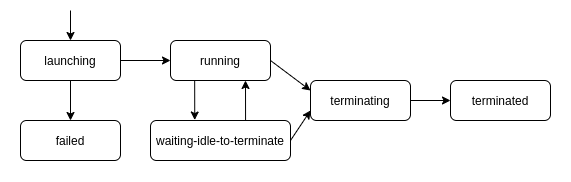
The draw.io diagram custom_theme/img/docs/openvidu-pro/instance-status.png in OpenVidu/openvidu.io-docs, before a commit. Source tidied: cells renumbered, new cells last; positions are measured from the earlier drawing's top-left corner, leaving out a move shared by most shapes.
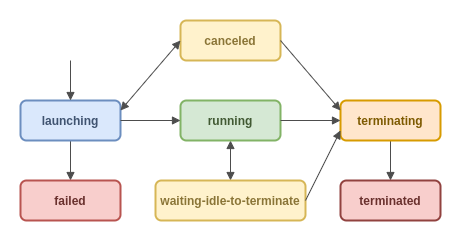
Above is the later version.

Commit message:
New Media Node statuses image

Change to the diagram source:
```diff
@@ -3,51 +3,57 @@
     <mxCell id="0" />
     <mxCell id="1" parent="0" />
     <mxCell id="2" style="rounded=0;whiteSpace=wrap;html=1;fillColor=none;strokeColor=none;" parent="1" vertex="1">
-      <mxGeometry width="570" height="180" as="geometry" />
+      <mxGeometry x="40" y="40" width="460" height="240" as="geometry" />
     </mxCell>
-    <mxCell id="3" style="edgeStyle=orthogonalEdgeStyle;rounded=0;jettySize=auto;html=1;exitX=0.5;exitY=1;exitDx=0;exitDy=0;entryX=0.5;entryY=0;entryDx=0;entryDy=0;" parent="1" edge="1" source="5" target="6">
+    <mxCell id="3" style="edgeStyle=orthogonalEdgeStyle;rounded=0;jettySize=auto;html=1;exitX=0.5;exitY=1;exitDx=0;exitDy=0;entryX=0.5;entryY=0;entryDx=0;entryDy=0;endArrow=block;endFill=1;strokeColor=#4d4d4d;strokeWidth=1;" parent="1" edge="1" source="5" target="6">
       <mxGeometry relative="1" as="geometry" />
     </mxCell>
-    <mxCell id="4" style="edgeStyle=orthogonalEdgeStyle;rounded=0;jettySize=auto;html=1;exitX=1;exitY=0.5;exitDx=0;exitDy=0;entryX=0;entryY=0.5;entryDx=0;entryDy=0;" parent="1" edge="1" source="5" target="10">
-      <mxGeometry relative="1" as="geometry" />
-    </mxCell>
-    <mxCell id="5" value="launching" style="rounded=1;whiteSpace=wrap;html=1;fontSize=12;glass=0;strokeWidth=1;shadow=0;" parent="1" vertex="1">
-      <mxGeometry x="20" y="40" width="100" height="40" as="geometry" />
+    <mxCell id="5" value="&lt;font color=&quot;#3f5370&quot;&gt;launching&lt;/font&gt;" style="rounded=1;whiteSpace=wrap;html=1;fontSize=12;glass=0;strokeWidth=2;shadow=0;fillColor=#dae8fc;strokeColor=#6c8ebf;fontStyle=1;" parent="1" vertex="1">
+      <mxGeometry x="60" y="140" width="100" height="40" as="geometry" />
     </mxCell>
-    <mxCell id="6" value="failed" style="rounded=1;whiteSpace=wrap;html=1;fontSize=12;glass=0;strokeWidth=1;shadow=0;" parent="1" vertex="1">
-      <mxGeometry x="20" y="120" width="100" height="40" as="geometry" />
+    <mxCell id="6" value="&lt;span&gt;&lt;font color=&quot;#69302d&quot;&gt;failed&lt;/font&gt;&lt;/span&gt;" style="rounded=1;whiteSpace=wrap;html=1;fontSize=12;glass=0;strokeWidth=2;shadow=0;fillColor=#f8cecc;strokeColor=#b85450;fontStyle=1;" parent="1" vertex="1">
+      <mxGeometry x="60" y="220" width="100" height="40" as="geometry" />
     </mxCell>
-    <mxCell id="7" style="edgeStyle=orthogonalEdgeStyle;rounded=0;jettySize=auto;html=1;exitX=0.679;exitY=-0.004;exitDx=0;exitDy=0;entryX=0.75;entryY=1;entryDx=0;entryDy=0;exitPerimeter=0;" parent="1" edge="1" source="8" target="10">
+    <mxCell id="7" style="edgeStyle=orthogonalEdgeStyle;rounded=0;jettySize=auto;html=1;entryX=0.5;entryY=1;entryDx=0;entryDy=0;startArrow=block;startFill=1;exitX=0.5;exitY=0;exitDx=0;exitDy=0;endArrow=block;endFill=1;strokeColor=#4d4d4d;strokeWidth=1;" parent="1" edge="1" source="8" target="10">
       <mxGeometry relative="1" as="geometry" />
     </mxCell>
-    <mxCell id="8" value="waiting-idle-to-terminate" style="rounded=1;whiteSpace=wrap;html=1;fontSize=12;glass=0;strokeWidth=1;shadow=0;" parent="1" vertex="1">
-      <mxGeometry x="150" y="120" width="140" height="40" as="geometry" />
+    <mxCell id="8" value="&lt;font color=&quot;#8a7537&quot;&gt;waiting-idle-to-terminate&lt;/font&gt;" style="rounded=1;whiteSpace=wrap;html=1;fontSize=12;glass=0;strokeWidth=2;shadow=0;fillColor=#fff2cc;strokeColor=#d6b656;fontStyle=1;" parent="1" vertex="1">
+      <mxGeometry x="195" y="220" width="150" height="40" as="geometry" />
     </mxCell>
-    <mxCell id="9" style="edgeStyle=orthogonalEdgeStyle;rounded=0;jettySize=auto;html=1;exitX=0.25;exitY=1;exitDx=0;exitDy=0;entryX=0.316;entryY=-0.012;entryDx=0;entryDy=0;entryPerimeter=0;" parent="1" edge="1" source="10" target="8">
-      <mxGeometry relative="1" as="geometry" />
-    </mxCell>
-    <mxCell id="10" value="running" style="rounded=1;whiteSpace=wrap;html=1;fontSize=12;glass=0;strokeWidth=1;shadow=0;" parent="1" vertex="1">
-      <mxGeometry x="170" y="40" width="100" height="40" as="geometry" />
+    <mxCell id="10" value="&lt;font color=&quot;#415933&quot;&gt;running&lt;/font&gt;" style="rounded=1;whiteSpace=wrap;html=1;fontSize=12;glass=0;strokeWidth=2;shadow=0;fillColor=#d5e8d4;strokeColor=#82b366;fontStyle=1;" parent="1" vertex="1">
+      <mxGeometry x="220" y="140" width="100" height="40" as="geometry" />
     </mxCell>
-    <mxCell id="11" style="endArrow=classic;html=1;entryX=0.5;entryY=0;entryDx=0;entryDy=0;" parent="1" edge="1" target="5">
+    <mxCell id="11" style="endArrow=block;html=1;entryX=0.5;entryY=0;entryDx=0;entryDy=0;endFill=1;strokeColor=#4d4d4d;strokeWidth=1;" parent="1" edge="1" target="5">
       <mxGeometry relative="1" as="geometry">
-        <mxPoint x="70" y="10" as="sourcePoint" />
+        <mxPoint x="110" y="100" as="sourcePoint" />
       </mxGeometry>
     </mxCell>
-    <mxCell id="12" style="edgeStyle=orthogonalEdgeStyle;rounded=0;jettySize=auto;html=1;exitX=1;exitY=0.5;exitDx=0;exitDy=0;entryX=0;entryY=0.5;entryDx=0;entryDy=0;" parent="1" edge="1" source="13" target="16">
+    <mxCell id="12" style="edgeStyle=orthogonalEdgeStyle;rounded=0;jettySize=auto;html=1;exitX=0.5;exitY=1;exitDx=0;exitDy=0;entryX=0.5;entryY=0;entryDx=0;entryDy=0;endArrow=block;endFill=1;strokeColor=#4d4d4d;strokeWidth=1;" parent="1" edge="1" source="13" target="16">
       <mxGeometry relative="1" as="geometry" />
     </mxCell>
-    <mxCell id="13" value="terminating" style="rounded=1;whiteSpace=wrap;html=1;fontSize=12;glass=0;strokeWidth=1;shadow=0;" parent="1" vertex="1">
-      <mxGeometry x="310" y="80" width="100" height="40" as="geometry" />
+    <mxCell id="13" value="&lt;font color=&quot;#7d5a00&quot;&gt;terminating&lt;/font&gt;" style="rounded=1;whiteSpace=wrap;html=1;fontSize=12;glass=0;strokeWidth=2;shadow=0;fillColor=#ffe6cc;strokeColor=#d79b00;fontStyle=1;" parent="1" vertex="1">
+      <mxGeometry x="380" y="140" width="100" height="40" as="geometry" />
     </mxCell>
-    <mxCell id="14" style="endArrow=classic;html=1;entryX=0;entryY=0.25;entryDx=0;entryDy=0;exitX=1;exitY=0.5;exitDx=0;exitDy=0;" parent="1" edge="1" source="10" target="13">
+    <mxCell id="14" style="endArrow=block;html=1;exitX=1;exitY=0.5;exitDx=0;exitDy=0;entryX=0;entryY=0.5;entryDx=0;entryDy=0;endFill=1;strokeColor=#4d4d4d;strokeWidth=1;" parent="1" edge="1" source="10" target="13">
       <mxGeometry relative="1" as="geometry" />
     </mxCell>
-    <mxCell id="15" style="endArrow=classic;html=1;entryX=0;entryY=0.75;entryDx=0;entryDy=0;exitX=1;exitY=0.5;exitDx=0;exitDy=0;" parent="1" edge="1" source="8" target="13">
+    <mxCell id="15" style="endArrow=block;html=1;entryX=0;entryY=0.75;entryDx=0;entryDy=0;exitX=1;exitY=0.5;exitDx=0;exitDy=0;endFill=1;strokeColor=#4d4d4d;strokeWidth=1;" parent="1" edge="1" source="8" target="13">
       <mxGeometry relative="1" as="geometry" />
     </mxCell>
-    <mxCell id="16" value="terminated" style="rounded=1;whiteSpace=wrap;html=1;fontSize=12;glass=0;strokeWidth=1;shadow=0;" parent="1" vertex="1">
-      <mxGeometry x="450" y="80" width="100" height="40" as="geometry" />
+    <mxCell id="16" value="&lt;font color=&quot;#69302d&quot;&gt;&lt;span&gt;terminated&lt;/span&gt;&lt;/font&gt;" style="rounded=1;whiteSpace=wrap;html=1;fontSize=12;glass=0;strokeWidth=2;shadow=0;fillColor=#f8cecc;strokeColor=#91423F;fontStyle=1;" parent="1" vertex="1">
+      <mxGeometry x="380" y="220" width="100" height="40" as="geometry" />
     </mxCell>
+    <mxCell id="4" style="endArrow=block;html=1;entryX=0;entryY=0.5;entryDx=0;entryDy=0;exitX=1;exitY=0.5;exitDx=0;exitDy=0;endFill=1;strokeColor=#4d4d4d;strokeWidth=1;" parent="1" edge="1" source="5" target="10">
+      <mxGeometry relative="1" as="geometry" />
+    </mxCell>
+    <mxCell id="17" value="&lt;font color=&quot;#8a7537&quot;&gt;canceled&lt;/font&gt;" style="rounded=1;whiteSpace=wrap;html=1;fontSize=12;glass=0;strokeWidth=2;shadow=0;fillColor=#fff2cc;strokeColor=#d6b656;fontStyle=1;" parent="1" vertex="1">
+      <mxGeometry x="220" y="60" width="100" height="40" as="geometry" />
+    </mxCell>
+    <mxCell id="18" style="endArrow=block;html=1;startArrow=block;startFill=1;entryX=0;entryY=0.5;entryDx=0;entryDy=0;endFill=1;strokeColor=#4d4d4d;exitX=1;exitY=0.25;exitDx=0;exitDy=0;strokeWidth=1;" parent="1" edge="1" source="5" target="17">
+      <mxGeometry relative="1" as="geometry" />
+    </mxCell>
+    <mxCell id="19" style="endArrow=block;html=1;entryX=0;entryY=0.25;entryDx=0;entryDy=0;exitX=1;exitY=0.5;exitDx=0;exitDy=0;endFill=1;strokeColor=#4d4d4d;strokeWidth=1;" parent="1" edge="1" source="17" target="13">
+      <mxGeometry relative="1" as="geometry" />
+    </mxCell>
   </root>
 </mxGraphModel>
```
